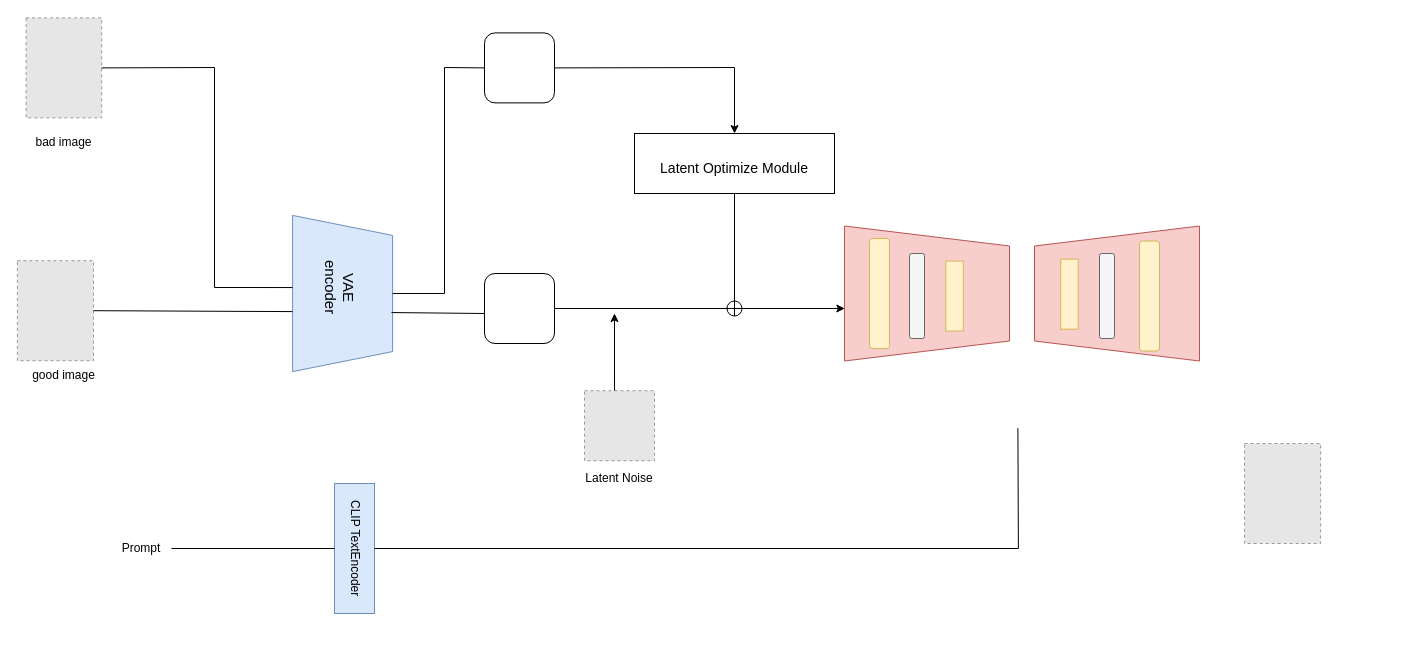
The draw.io diagram 未命名绘图.drawio in Sinon0919/SwartArt, before the edit. Source tidied: cells renumbered, new cells numbered last; positions are measured from the earlier drawing's top-left corner, leaving out a move shared by most shapes. Both pictures are drawn from the tidied source at 100%, with x=0, y=0 at pixel (17, 17). Pictures stored in the file or linked from it are replaced by grey dashed boxes.
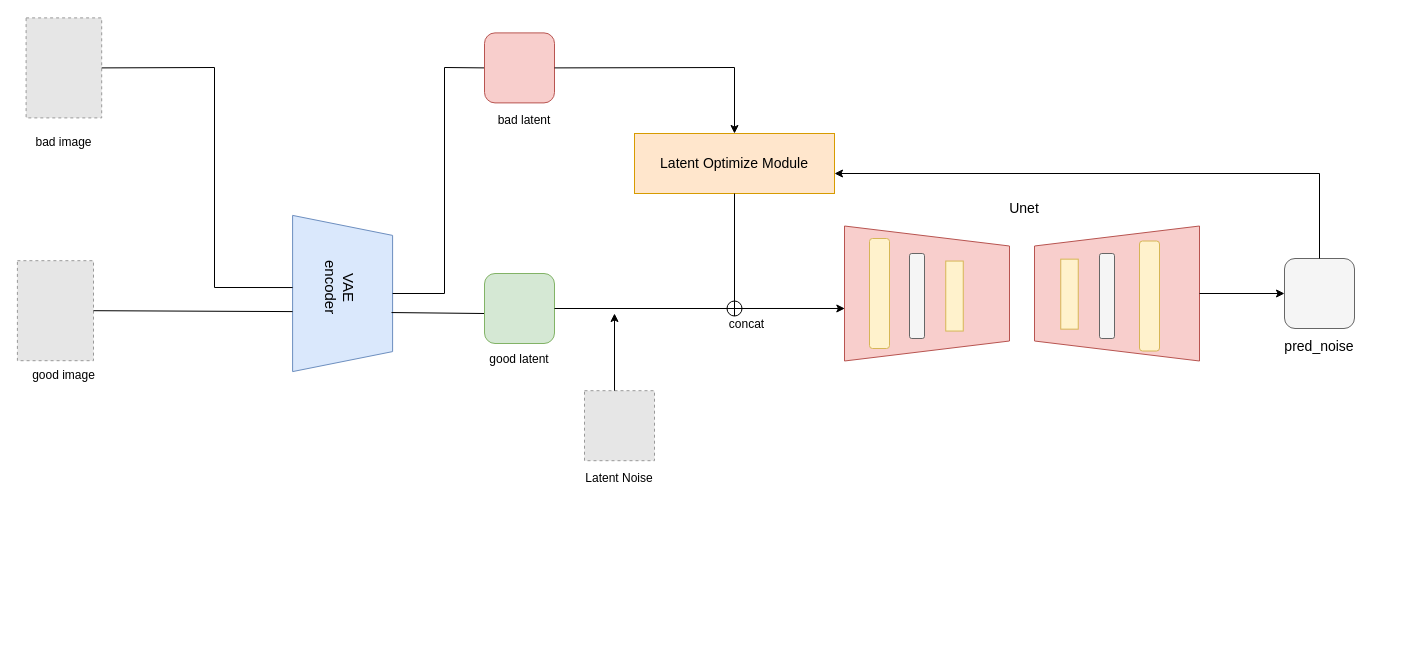
Above is the later version.

Commit message (it also covers changes not shown here):
更新未命名绘图.drawio

The change refers to these unchanged cells:
```xml
<mxCell id="20" style="shape=trapezoid;perimeter=trapezoidPerimeter;whiteSpace=wrap;html=1;fixedSize=1;rotation=90;fillColor=#f8cecc;strokeColor=#b85450;direction=west;" parent="1" vertex="1">
  <mxGeometry x="1032" y="193.5" width="135" height="165" as="geometry" />
</mxCell>
```

Diff of the diagram source:
```diff
@@
-    <mxCell id="7" value="Prompt" style="text;strokeColor=none;align=center;fillColor=none;html=1;verticalAlign=middle;whiteSpace=wrap;rounded=0;" parent="1" vertex="1">
-      <mxGeometry x="94" y="496" width="60" height="70" as="geometry" />
-    </mxCell>
-    <mxCell id="8" style="rounded=0;whiteSpace=wrap;html=1;fillColor=#dae8fc;strokeColor=#6c8ebf;" parent="1" vertex="1">
-      <mxGeometry x="317" y="466" width="40" height="130" as="geometry" />
-    </mxCell>
-    <mxCell id="9" style="endArrow=none;html=1;rounded=0;exitX=1;exitY=0.5;exitDx=0;exitDy=0;" parent="1" edge="1" source="7" target="8">
-      <mxGeometry relative="1" as="geometry" />
-    </mxCell>
-    <mxCell id="10" style="endArrow=none;html=1;rounded=0;exitX=1;exitY=0.5;exitDx=0;exitDy=0;entryX=0.044;entryY=0.626;entryDx=0;entryDy=0;entryPerimeter=0;edgeStyle=orthogonalEdgeStyle;" parent="1" edge="1" source="8">
-      <mxGeometry relative="1" as="geometry">
-        <mxPoint x="1000.4" y="410.7" as="targetPoint" />
-      </mxGeometry>
-    </mxCell>
-    <mxCell id="11" value="CLIP TextEncoder" style="text;strokeColor=none;align=center;fillColor=none;html=1;verticalAlign=middle;whiteSpace=wrap;rounded=0;textDirection=vertical-lr;" parent="1" vertex="1">
-      <mxGeometry x="262" y="451" width="150" height="160" as="geometry" />
-    </mxCell>
-    <mxCell id="12" style="fillColor=#E6E6E6;strokeColor=#999999;dashed=1;verticalLabelPosition=bottom;labelBackgroundColor=default;verticalAlign=top;" parent="1" vertex="1">
-      <mxGeometry x="1227" y="426" width="76.1" height="100" as="geometry" />
-    </mxCell>
@@
-    <mxCell id="28" style="rounded=1;whiteSpace=wrap;html=1;" parent="1" vertex="1">
+    <mxCell id="28" style="rounded=1;whiteSpace=wrap;html=1;fillColor=#f8cecc;strokeColor=#b85450;" parent="1" vertex="1">
       <mxGeometry x="467" y="15.4" width="70" height="70" as="geometry" />
     </mxCell>
-    <mxCell id="29" style="rounded=1;whiteSpace=wrap;html=1;" parent="1" vertex="1">
+    <mxCell id="29" style="rounded=1;whiteSpace=wrap;html=1;fillColor=#d5e8d4;strokeColor=#82b366;" parent="1" vertex="1">
       <mxGeometry x="467" y="256" width="70" height="70" as="geometry" />
     </mxCell>
-    <mxCell id="30" style="rounded=0;whiteSpace=wrap;html=1;" parent="1" vertex="1">
+    <mxCell id="30" style="rounded=0;whiteSpace=wrap;html=1;fillColor=#ffe6cc;strokeColor=#d79b00;" parent="1" vertex="1">
       <mxGeometry x="617" y="116" width="200" height="60" as="geometry" />
     </mxCell>
@@
     <mxCell id="37" value="&lt;span style=&quot;font-size: 14px;&quot;&gt;Latent Optimize Module&lt;/span&gt;" style="text;strokeColor=none;align=center;fillColor=none;html=1;verticalAlign=middle;whiteSpace=wrap;rounded=0;" parent="1" vertex="1">
-      <mxGeometry x="627" y="116" width="180" height="70" as="geometry" />
+      <mxGeometry x="627" y="116" width="180" height="60" as="geometry" />
     </mxCell>
+    <mxCell id="38" value="concat" style="text;strokeColor=none;align=center;fillColor=none;html=1;verticalAlign=middle;whiteSpace=wrap;rounded=0;" parent="1" vertex="1">
+      <mxGeometry x="687" y="285.4" width="85" height="42.5" as="geometry" />
+    </mxCell>
+    <mxCell id="39" value="&lt;span style=&quot;font-size: 14px;&quot;&gt;Unet&lt;/span&gt;" style="text;strokeColor=none;align=center;fillColor=none;html=1;verticalAlign=middle;whiteSpace=wrap;rounded=0;" parent="1" vertex="1">
+      <mxGeometry x="917" y="156" width="180" height="70" as="geometry" />
+    </mxCell>
+    <mxCell id="40" style="rounded=1;whiteSpace=wrap;html=1;fillColor=#f5f5f5;fontColor=#333333;strokeColor=#666666;" parent="1" vertex="1">
+      <mxGeometry x="1267" y="241" width="70" height="70" as="geometry" />
+    </mxCell>
+    <mxCell id="41" style="endArrow=classic;html=1;rounded=0;exitX=0.5;exitY=1;exitDx=0;exitDy=0;entryX=0;entryY=0.5;entryDx=0;entryDy=0;" parent="1" edge="1" source="20" target="40">
+      <mxGeometry relative="1" as="geometry" />
+    </mxCell>
+    <mxCell id="42" value="&lt;span style=&quot;font-size: 14px;&quot;&gt;pred_noise&lt;/span&gt;" style="text;strokeColor=none;align=center;fillColor=none;html=1;verticalAlign=middle;whiteSpace=wrap;rounded=0;" parent="1" vertex="1">
+      <mxGeometry x="1212" y="294.1" width="180" height="70" as="geometry" />
+    </mxCell>
+    <mxCell id="43" style="endArrow=classic;html=1;rounded=0;exitX=0.5;exitY=0;exitDx=0;exitDy=0;" parent="1" edge="1" source="40">
+      <mxGeometry relative="1" as="geometry">
+        <mxPoint x="817" y="156" as="targetPoint" />
+        <Array as="points">
+          <mxPoint x="1302" y="156" />
+        </Array>
+      </mxGeometry>
+    </mxCell>
+    <mxCell id="44" value="bad&amp;nbsp;&lt;span style=&quot;background-color: initial;&quot;&gt;latent&lt;/span&gt;&lt;div&gt;&lt;br&gt;&lt;/div&gt;" style="text;strokeColor=none;align=center;fillColor=none;html=1;verticalAlign=middle;whiteSpace=wrap;rounded=0;" parent="1" vertex="1">
+      <mxGeometry x="417" y="100.4" width="180" height="20" as="geometry" />
+    </mxCell>
+    <mxCell id="45" value="good&amp;nbsp;&lt;span style=&quot;background-color: initial;&quot;&gt;latent&lt;/span&gt;&lt;div&gt;&lt;br&gt;&lt;/div&gt;" style="text;strokeColor=none;align=center;fillColor=none;html=1;verticalAlign=middle;whiteSpace=wrap;rounded=0;" parent="1" vertex="1">
+      <mxGeometry x="412" y="338.5" width="180" height="20" as="geometry" />
+    </mxCell>
```
